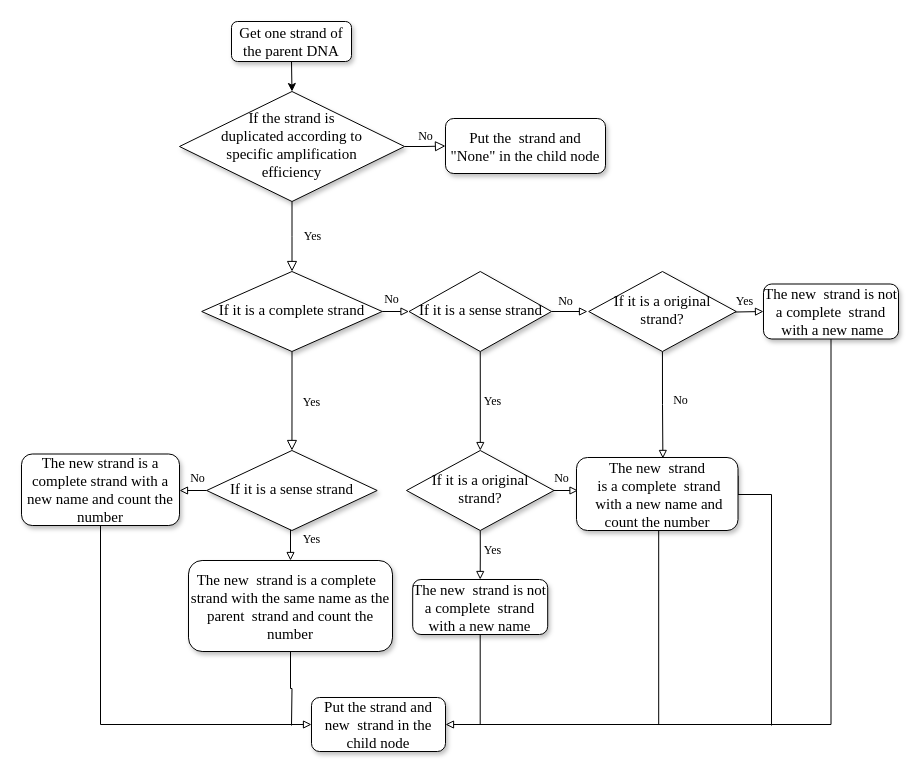
Earlier version of the draw.io diagram rules.drawio (16281022/os-lab1). Source tidied: cells renumbered, new cells numbered last; positions are measured from the earlier drawing's top-left corner, leaving out a move shared by most shapes. Both pictures are drawn from the tidied source at 100%, with x=0, y=0 at pixel (21, 21).
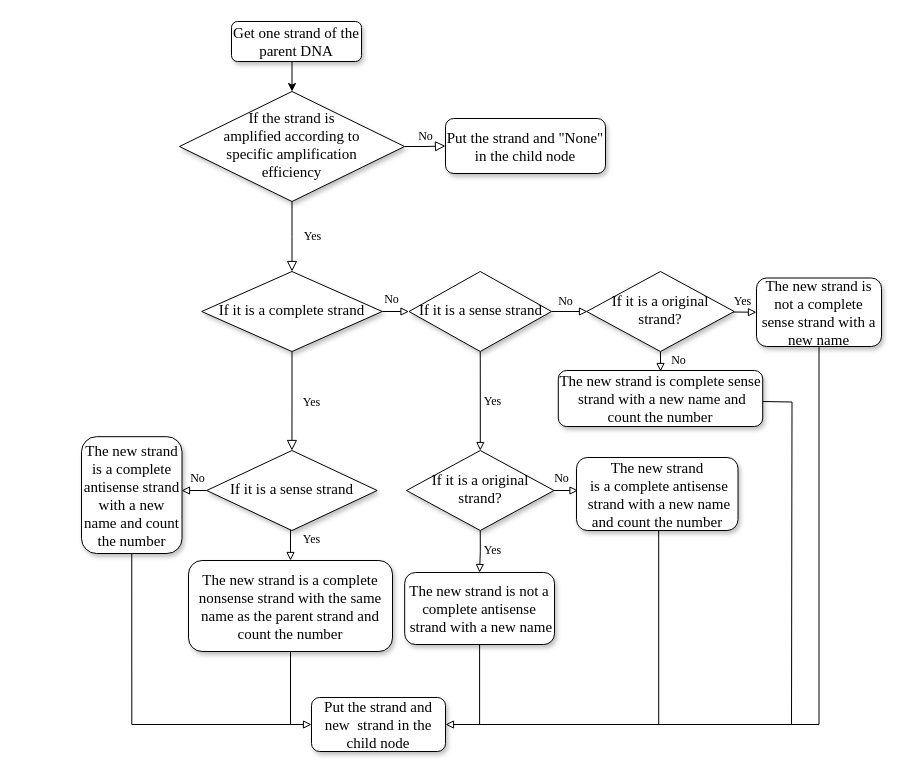
Above is the later version.

The change refers to these unchanged cells:
```xml
<mxCell id="41" value="&lt;font style=&quot;font-size: 15px;&quot; face=&quot;Times New Roman&quot;&gt;If it is a sense strand&lt;/font&gt;" style="rhombus;whiteSpace=wrap;html=1;shadow=1;fontFamily=Helvetica;fontSize=12;align=center;strokeWidth=1;spacing=6;spacingTop=-4;" parent="1" vertex="1">
  <mxGeometry x="185.2" y="429" width="170.5" height="80" as="geometry" />
</mxCell>
```

The edit, as a diff of the source:
```diff
@@
     <mxCell id="3" value="&lt;font style=&quot;font-size: 15px;&quot; face=&quot;Times New Roman&quot;&gt;Get one strand of the parent DNA&lt;/font&gt;" style="rounded=1;whiteSpace=wrap;html=1;fontSize=12;glass=0;strokeWidth=1;shadow=1;" parent="1" vertex="1">
-      <mxGeometry x="210" width="120" height="40" as="geometry" />
+      <mxGeometry x="210" width="130" height="40" as="geometry" />
     </mxCell>
@@
-    <mxCell id="6" value="&lt;font style=&quot;font-size: 15px;&quot; face=&quot;Times New Roman&quot;&gt;If the strand is &lt;br&gt;duplicated according to &lt;br&gt;specific amplification &lt;br&gt;efficiency&lt;/font&gt;" style="rhombus;whiteSpace=wrap;html=1;shadow=1;fontFamily=Helvetica;fontSize=12;align=center;strokeWidth=1;spacing=6;spacingTop=-4;" parent="1" vertex="1">
+    <mxCell id="6" value="&lt;font style=&quot;font-size: 15px;&quot; face=&quot;Times New Roman&quot;&gt;If the strand is &lt;br&gt;amplified according to &lt;br&gt;specific amplification &lt;br&gt;efficiency&lt;/font&gt;" style="rhombus;whiteSpace=wrap;html=1;shadow=1;fontFamily=Helvetica;fontSize=12;align=center;strokeWidth=1;spacing=6;spacingTop=-4;" parent="1" vertex="1">
       <mxGeometry x="158" y="70" width="225" height="110" as="geometry" />
     </mxCell>
-    <mxCell id="7" value="&lt;font style=&quot;font-size: 15px;&quot; face=&quot;Times New Roman&quot;&gt;&lt;font style=&quot;&quot;&gt;Put the&amp;nbsp;&lt;/font&gt;&amp;nbsp;strand&amp;nbsp;&lt;font style=&quot;&quot;&gt;and &quot;None&quot; in the child node&lt;/font&gt;&lt;/font&gt;" style="rounded=1;whiteSpace=wrap;html=1;fontSize=12;glass=0;strokeWidth=1;shadow=1;" parent="1" vertex="1">
+    <mxCell id="7" value="&lt;font style=&quot;font-size: 15px;&quot; face=&quot;Times New Roman&quot;&gt;&lt;font style=&quot;&quot;&gt;Put the&lt;/font&gt;&amp;nbsp;strand&amp;nbsp;&lt;font style=&quot;&quot;&gt;and &quot;None&quot; in the child node&lt;/font&gt;&lt;/font&gt;" style="rounded=1;whiteSpace=wrap;html=1;fontSize=12;glass=0;strokeWidth=1;shadow=1;" parent="1" vertex="1">
       <mxGeometry x="424" y="97" width="160" height="55" as="geometry" />
     </mxCell>
@@
-    <mxCell id="13" style="edgeStyle=orthogonalEdgeStyle;rounded=0;jettySize=auto;html=1;exitX=0.5;exitY=1;exitDx=0;exitDy=0;endArrow=none;endFill=0;" parent="1" edge="1" source="14">
+    <mxCell id="13" style="edgeStyle=orthogonalEdgeStyle;rounded=0;orthogonalLoop=1;jettySize=auto;html=1;exitX=0.5;exitY=1;exitDx=0;exitDy=0;endArrow=none;endFill=0;" parent="1" edge="1">
       <mxGeometry relative="1" as="geometry">
-        <mxPoint x="270" y="704" as="targetPoint" />
+        <mxPoint x="269" y="629" as="sourcePoint" />
+        <mxPoint x="269" y="699" as="targetPoint" />
+        <Array as="points">
+          <mxPoint x="269" y="703" />
+        </Array>
       </mxGeometry>
     </mxCell>
-    <mxCell id="14" value="&lt;font style=&quot;font-size: 15px;&quot; face=&quot;Times New Roman&quot;&gt;The new&amp;nbsp;&amp;nbsp;strand is a complete&amp;nbsp;&amp;nbsp;&lt;br&gt;strand with the same name as the parent&amp;nbsp;&amp;nbsp;strand and count the number&lt;/font&gt;" style="rounded=1;whiteSpace=wrap;html=1;fontSize=12;glass=0;strokeWidth=1;shadow=1;" parent="1" vertex="1">
+    <mxCell id="14" value="&lt;font style=&quot;font-size: 15px;&quot; face=&quot;Times New Roman&quot;&gt;The new strand is a complete nonsense&amp;nbsp;strand with the same name as the parent strand and count the number&lt;/font&gt;" style="rounded=1;whiteSpace=wrap;html=1;fontSize=12;glass=0;strokeWidth=1;shadow=1;" parent="1" vertex="1">
       <mxGeometry x="167" y="539" width="204" height="91" as="geometry" />
     </mxCell>
@@
-    <mxCell id="17" value="&lt;font style=&quot;font-size: 15px;&quot; face=&quot;Times New Roman&quot;&gt;The new strand is a complete strand with a new name and count the number&lt;/font&gt;" style="rounded=1;whiteSpace=wrap;html=1;fontSize=12;glass=0;strokeWidth=1;shadow=1;" parent="1" vertex="1">
-      <mxGeometry y="432.5" width="158" height="71.5" as="geometry" />
+    <mxCell id="17" value="&lt;font style=&quot;font-size: 15px;&quot; face=&quot;Times New Roman&quot;&gt;The new strand is a complete anti&lt;/font&gt;&lt;font style=&quot;font-size: 15px;&quot; face=&quot;Times New Roman&quot;&gt;sense strand with a new name and count the number&lt;/font&gt;" style="rounded=1;whiteSpace=wrap;html=1;fontSize=12;glass=0;strokeWidth=1;shadow=1;" parent="1" vertex="1">
+      <mxGeometry x="60" y="415.2" width="100.5" height="116.8" as="geometry" />
     </mxCell>
@@
-    <mxCell id="23" value="&lt;font style=&quot;font-size: 15px;&quot; face=&quot;Times New Roman&quot;&gt;The new&amp;nbsp;&amp;nbsp;strand&amp;nbsp;is not a complete&amp;nbsp;&amp;nbsp;strand with a new name&lt;/font&gt;" style="rounded=1;whiteSpace=wrap;html=1;fontSize=12;glass=0;strokeWidth=1;shadow=1;" parent="1" vertex="1">
-      <mxGeometry x="391.2" y="558" width="135" height="55" as="geometry" />
+    <mxCell id="23" value="&lt;font style=&quot;font-size: 15px;&quot; face=&quot;Times New Roman&quot;&gt;The new strand&amp;nbsp;is not a complete&amp;nbsp;&lt;/font&gt;&lt;span style=&quot;font-family: &amp;quot;Times New Roman&amp;quot;; font-size: 15px;&quot;&gt;antisense&lt;/span&gt;&lt;font style=&quot;font-size: 15px;&quot; face=&quot;Times New Roman&quot;&gt;&lt;br&gt;&amp;nbsp;strand with a new name&lt;/font&gt;" style="rounded=1;whiteSpace=wrap;html=1;fontSize=12;glass=0;strokeWidth=1;shadow=1;" parent="1" vertex="1">
+      <mxGeometry x="383.2" y="551" width="149.8" height="72" as="geometry" />
     </mxCell>
@@
-    <mxCell id="32" value="&lt;font style=&quot;font-size: 15px;&quot; face=&quot;Times New Roman&quot;&gt;The new&amp;nbsp;&amp;nbsp;strand is not a complete&amp;nbsp;&amp;nbsp;strand&lt;br&gt;&amp;nbsp;with a new name&lt;/font&gt;" style="rounded=1;whiteSpace=wrap;html=1;fontSize=12;glass=0;strokeWidth=1;shadow=1;" parent="1" vertex="1">
-      <mxGeometry x="742" y="262.5" width="135" height="55" as="geometry" />
+    <mxCell id="32" value="&lt;font style=&quot;font-size: 15px;&quot; face=&quot;Times New Roman&quot;&gt;The new strand is not a complete sense strand with a new name&lt;/font&gt;" style="rounded=1;whiteSpace=wrap;html=1;fontSize=12;glass=0;strokeWidth=1;shadow=1;" parent="1" vertex="1">
+      <mxGeometry x="735" y="256.5" width="125" height="68.5" as="geometry" />
     </mxCell>
@@
     <mxCell id="35" value="Yes" style="text;html=1;align=center;verticalAlign=middle;strokeColor=none;fillColor=none;fontFamily=Times New Roman;" parent="1" vertex="1">
-      <mxGeometry x="708" y="270" width="30" height="20" as="geometry" />
+      <mxGeometry x="706" y="270" width="30" height="20" as="geometry" />
     </mxCell>
-    <mxCell id="36" style="edgeStyle=orthogonalEdgeStyle;rounded=0;jettySize=auto;html=1;exitX=1;exitY=0.25;exitDx=0;exitDy=0;endArrow=none;endFill=0;" parent="1" edge="1" source="37">
-      <mxGeometry relative="1" as="geometry">
-        <mxPoint x="750" y="704" as="targetPoint" />
-        <Array as="points">
-          <mxPoint x="717" y="473" />
-          <mxPoint x="750" y="473" />
-        </Array>
-      </mxGeometry>
-    </mxCell>
-    <mxCell id="37" value="&lt;font style=&quot;font-size: 15px;&quot; face=&quot;Times New Roman&quot;&gt;The new&amp;nbsp;&amp;nbsp;strand&lt;br&gt;&amp;nbsp;is a complete&amp;nbsp;&amp;nbsp;strand&lt;br&gt;&amp;nbsp;with a new name and count the number&lt;/font&gt;" style="rounded=1;whiteSpace=wrap;html=1;fontSize=12;glass=0;strokeWidth=1;shadow=1;" parent="1" vertex="1">
+    <mxCell id="37" value="&lt;font style=&quot;font-size: 15px;&quot; face=&quot;Times New Roman&quot;&gt;The new strand&lt;br&gt;&amp;nbsp;is a complete anti&lt;/font&gt;&lt;span style=&quot;font-family: &amp;quot;Times New Roman&amp;quot;; font-size: 15px;&quot;&gt;sense&lt;/span&gt;&lt;font style=&quot;font-size: 15px;&quot; face=&quot;Times New Roman&quot;&gt;&lt;br&gt;&amp;nbsp;strand with a new name and count the number&lt;/font&gt;" style="rounded=1;whiteSpace=wrap;html=1;fontSize=12;glass=0;strokeWidth=1;shadow=1;" parent="1" vertex="1">
       <mxGeometry x="555" y="436" width="161.5" height="73" as="geometry" />
     </mxCell>
-    <mxCell id="38" value="No" style="text;html=1;align=center;verticalAlign=middle;strokeColor=none;fillColor=none;fontFamily=Times New Roman;" parent="1" vertex="1">
-      <mxGeometry x="644" y="369" width="30" height="20" as="geometry" />
-    </mxCell>
@@
-    <mxCell id="40" style="edgeStyle=orthogonalEdgeStyle;rounded=0;jettySize=auto;html=1;exitX=0;exitY=0.5;exitDx=0;exitDy=0;entryX=1;entryY=0.5;entryDx=0;entryDy=0;fontFamily=Times New Roman;fontSize=15;startArrow=none;startFill=0;endArrow=block;endFill=0;" parent="1" edge="1" source="41" target="17">
-      <mxGeometry relative="1" as="geometry" />
-    </mxCell>
+    <mxCell id="45" style="edgeStyle=orthogonalEdgeStyle;rounded=0;jettySize=auto;html=1;exitX=0;exitY=0.5;exitDx=0;exitDy=0;endArrow=block;endFill=0;" parent="1" edge="1" source="41">
+      <mxGeometry relative="1" as="geometry">
+        <mxPoint x="160" y="469" as="targetPoint" />
+      </mxGeometry>
+    </mxCell>
@@
-    <mxCell id="42" style="edgeStyle=orthogonalEdgeStyle;rounded=0;jettySize=auto;html=1;exitX=0.5;exitY=1;exitDx=0;exitDy=0;entryX=0.535;entryY=0.013;entryDx=0;entryDy=0;entryPerimeter=0;fontFamily=Times New Roman;fontSize=15;startArrow=none;startFill=0;endArrow=block;endFill=0;" parent="1" edge="1" source="43" target="37">
-      <mxGeometry relative="1" as="geometry" />
-    </mxCell>
+    <mxCell id="46" style="edgeStyle=orthogonalEdgeStyle;rounded=0;jettySize=auto;html=1;exitX=0.5;exitY=1;exitDx=0;exitDy=0;endArrow=block;endFill=0;" parent="1" edge="1" source="43">
+      <mxGeometry relative="1" as="geometry">
+        <mxPoint x="639.1" y="350" as="targetPoint" />
+      </mxGeometry>
+    </mxCell>
     <mxCell id="43" value="&lt;font style=&quot;font-size: 15px;&quot; face=&quot;Times New Roman&quot;&gt;If it is a original strand?&lt;/font&gt;" style="rhombus;whiteSpace=wrap;html=1;shadow=1;fontFamily=Helvetica;fontSize=12;align=center;strokeWidth=1;spacing=6;spacingTop=-4;" parent="1" vertex="1">
-      <mxGeometry x="567.2" y="250" width="147.5" height="80" as="geometry" />
+      <mxGeometry x="565.2" y="250" width="147.5" height="80" as="geometry" />
     </mxCell>
@@
+    <mxCell id="47" style="edgeStyle=orthogonalEdgeStyle;rounded=0;orthogonalLoop=1;jettySize=auto;html=1;exitX=1;exitY=0.5;exitDx=0;exitDy=0;endArrow=none;endFill=0;" parent="1" edge="1">
+      <mxGeometry relative="1" as="geometry">
+        <mxPoint x="741.2" y="380" as="sourcePoint" />
+        <mxPoint x="770" y="703" as="targetPoint" />
+      </mxGeometry>
+    </mxCell>
+    <mxCell id="48" value="&lt;font style=&quot;font-size: 15px;&quot; face=&quot;Times New Roman&quot;&gt;The new strand is complete&amp;nbsp;&lt;/font&gt;&lt;span style=&quot;font-family: &amp;quot;Times New Roman&amp;quot;; font-size: 15px;&quot;&gt;sense&lt;/span&gt;&lt;font style=&quot;font-size: 15px;&quot; face=&quot;Times New Roman&quot;&gt;&lt;br&gt;&amp;nbsp;strand with a new name and count the number&lt;/font&gt;" style="rounded=1;whiteSpace=wrap;html=1;fontSize=12;glass=0;strokeWidth=1;shadow=1;" parent="1" vertex="1">
+      <mxGeometry x="536.8" y="349" width="204.4" height="56" as="geometry" />
+    </mxCell>
+    <mxCell id="38" value="No" style="text;html=1;align=center;verticalAlign=middle;strokeColor=none;fillColor=none;fontFamily=Times New Roman;" parent="1" vertex="1">
+      <mxGeometry x="642" y="329" width="30" height="20" as="geometry" />
+    </mxCell>
```
